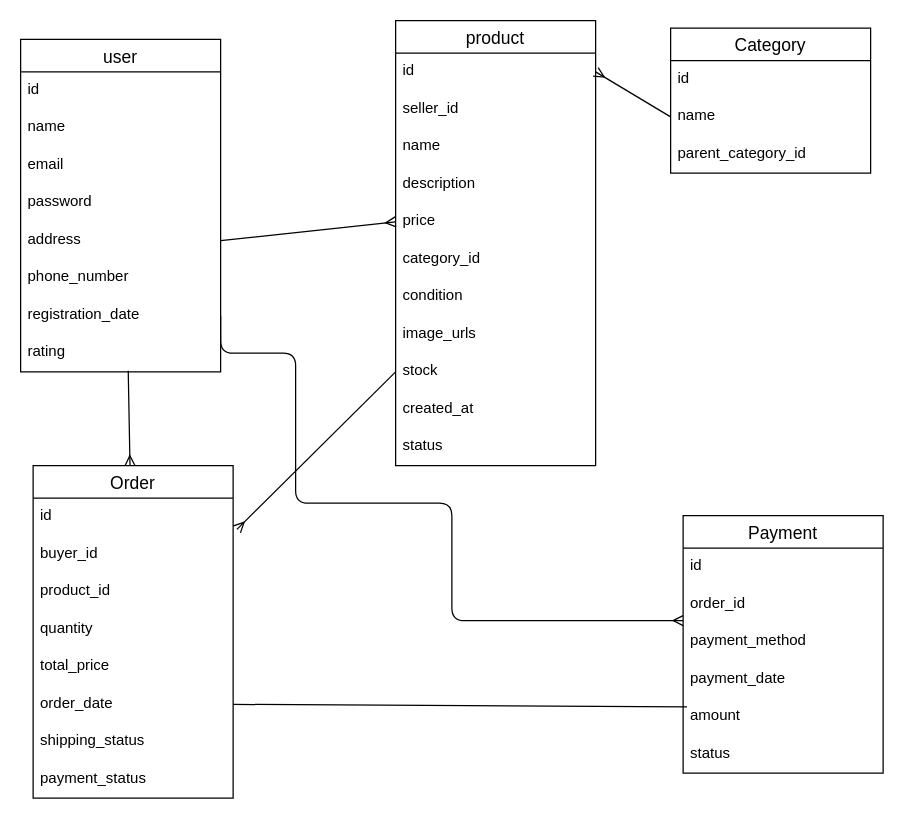
The draw.io diagram test.dio in Renhello112/furima-40536, before the edit. Source tidied: cells renumbered, new cells numbered last; positions are measured from the earlier drawing's top-left corner, leaving out a move shared by most shapes. Both pictures are drawn from the tidied source at 125%, with x=0, y=0 at pixel (20, 20).
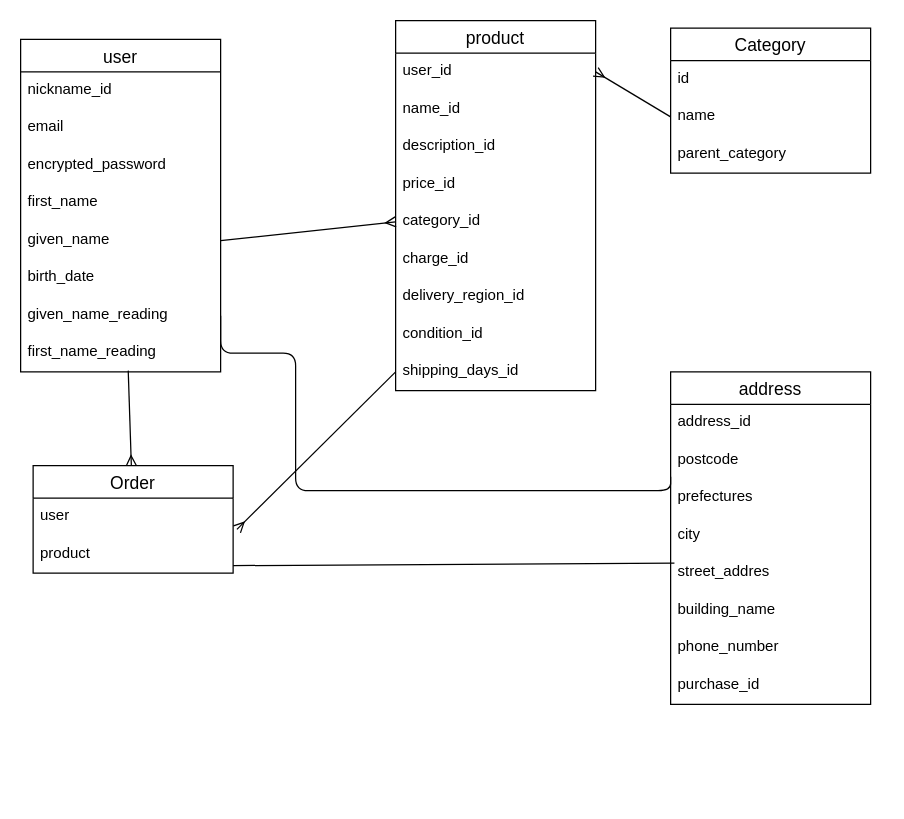
The same diagram, later.

The change refers to these unchanged cells:
```xml
<mxCell id="2" value="user" style="swimlane;fontStyle=0;horizontal=1;startSize=26;align=center;fontSize=14;" parent="1" vertex="1">
  <mxGeometry y="15" width="160" height="266" as="geometry" />
</mxCell>
<mxCell id="23" value="Category" style="swimlane;fontStyle=0;horizontal=1;startSize=26;align=center;fontSize=14;" parent="1" vertex="1">
  <mxGeometry x="520" y="6" width="160" height="116" as="geometry" />
</mxCell>
```

Diff of the diagram source:
```diff
@@
-    <mxCell id="3" value="id" style="text;strokeColor=none;fillColor=none;spacingLeft=4;spacingRight=4;overflow=hidden;fontSize=12;" parent="2" vertex="1">
+    <mxCell id="3" value="nickname_id" style="text;strokeColor=none;fillColor=none;spacingLeft=4;spacingRight=4;overflow=hidden;fontSize=12;" parent="2" vertex="1">
       <mxGeometry y="26" width="160" height="30" as="geometry" />
     </mxCell>
-    <mxCell id="4" value="name" style="text;strokeColor=none;fillColor=none;spacingLeft=4;spacingRight=4;overflow=hidden;fontSize=12;" parent="2" vertex="1">
+    <mxCell id="4" value="email" style="text;strokeColor=none;fillColor=none;spacingLeft=4;spacingRight=4;overflow=hidden;fontSize=12;" parent="2" vertex="1">
       <mxGeometry y="56" width="160" height="30" as="geometry" />
     </mxCell>
-    <mxCell id="5" value="email" style="text;strokeColor=none;fillColor=none;spacingLeft=4;spacingRight=4;overflow=hidden;fontSize=12;" parent="2" vertex="1">
+    <mxCell id="5" value="encrypted_password" style="text;strokeColor=none;fillColor=none;spacingLeft=4;spacingRight=4;overflow=hidden;fontSize=12;" parent="2" vertex="1">
       <mxGeometry y="86" width="160" height="30" as="geometry" />
     </mxCell>
-    <mxCell id="6" value="password&#10;" style="text;strokeColor=none;fillColor=none;spacingLeft=4;spacingRight=4;overflow=hidden;fontSize=12;" parent="2" vertex="1">
+    <mxCell id="6" value="first_name" style="text;strokeColor=none;fillColor=none;spacingLeft=4;spacingRight=4;overflow=hidden;fontSize=12;" parent="2" vertex="1">
       <mxGeometry y="116" width="160" height="30" as="geometry" />
     </mxCell>
-    <mxCell id="7" value="address&#10;" style="text;strokeColor=none;fillColor=none;spacingLeft=4;spacingRight=4;overflow=hidden;fontSize=12;" parent="2" vertex="1">
+    <mxCell id="7" value="given_name" style="text;strokeColor=none;fillColor=none;spacingLeft=4;spacingRight=4;overflow=hidden;fontSize=12;" parent="2" vertex="1">
       <mxGeometry y="146" width="160" height="30" as="geometry" />
     </mxCell>
-    <mxCell id="8" value="phone_number" style="text;strokeColor=none;fillColor=none;spacingLeft=4;spacingRight=4;overflow=hidden;fontSize=12;" parent="2" vertex="1">
+    <mxCell id="8" value="birth_date" style="text;strokeColor=none;fillColor=none;spacingLeft=4;spacingRight=4;overflow=hidden;fontSize=12;" parent="2" vertex="1">
       <mxGeometry y="176" width="160" height="30" as="geometry" />
     </mxCell>
-    <mxCell id="9" value="registration_date" style="text;strokeColor=none;fillColor=none;spacingLeft=4;spacingRight=4;overflow=hidden;points=[[0,0.5],[1,0.5]];portConstraint=eastwest;fontSize=12;" parent="2" vertex="1">
+    <mxCell id="9" value="given_name_reading" style="text;strokeColor=none;fillColor=none;spacingLeft=4;spacingRight=4;overflow=hidden;points=[[0,0.5],[1,0.5]];portConstraint=eastwest;fontSize=12;" parent="2" vertex="1">
       <mxGeometry y="206" width="160" height="30" as="geometry" />
     </mxCell>
-    <mxCell id="10" value="rating" style="text;strokeColor=none;fillColor=none;spacingLeft=4;spacingRight=4;overflow=hidden;points=[[0,0.5],[1,0.5]];portConstraint=eastwest;fontSize=12;" parent="2" vertex="1">
+    <mxCell id="10" value="first_name_reading" style="text;strokeColor=none;fillColor=none;spacingLeft=4;spacingRight=4;overflow=hidden;points=[[0,0.5],[1,0.5]];portConstraint=eastwest;fontSize=12;" parent="2" vertex="1">
       <mxGeometry y="236" width="160" height="30" as="geometry" />
     </mxCell>
     <mxCell id="11" value="product" style="swimlane;fontStyle=0;horizontal=1;startSize=26;align=center;fontSize=14;" parent="1" vertex="1">
-      <mxGeometry x="300" width="160" height="356" as="geometry" />
+      <mxGeometry x="300" width="160" height="296" as="geometry" />
     </mxCell>
-    <mxCell id="12" value="id" style="text;strokeColor=none;fillColor=none;spacingLeft=4;spacingRight=4;overflow=hidden;points=[[0,0.5],[1,0.5]];portConstraint=eastwest;fontSize=12;" parent="11" vertex="1">
+    <mxCell id="12" value="user_id" style="text;strokeColor=none;fillColor=none;spacingLeft=4;spacingRight=4;overflow=hidden;points=[[0,0.5],[1,0.5]];portConstraint=eastwest;fontSize=12;" parent="11" vertex="1">
       <mxGeometry y="26" width="160" height="30" as="geometry" />
     </mxCell>
-    <mxCell id="13" value="seller_id" style="text;strokeColor=none;fillColor=none;spacingLeft=4;spacingRight=4;overflow=hidden;fontSize=12;" parent="11" vertex="1">
+    <mxCell id="13" value="name_id" style="text;strokeColor=none;fillColor=none;spacingLeft=4;spacingRight=4;overflow=hidden;fontSize=12;" parent="11" vertex="1">
       <mxGeometry y="56" width="160" height="30" as="geometry" />
     </mxCell>
-    <mxCell id="14" value="name" style="text;strokeColor=none;fillColor=none;spacingLeft=4;spacingRight=4;overflow=hidden;fontSize=12;" parent="11" vertex="1">
+    <mxCell id="14" value="description_id" style="text;strokeColor=none;fillColor=none;spacingLeft=4;spacingRight=4;overflow=hidden;fontSize=12;" parent="11" vertex="1">
       <mxGeometry y="86" width="160" height="30" as="geometry" />
     </mxCell>
-    <mxCell id="15" value="description" style="text;strokeColor=none;fillColor=none;spacingLeft=4;spacingRight=4;overflow=hidden;fontSize=12;" parent="11" vertex="1">
+    <mxCell id="15" value="price_id" style="text;strokeColor=none;fillColor=none;spacingLeft=4;spacingRight=4;overflow=hidden;fontSize=12;" parent="11" vertex="1">
       <mxGeometry y="116" width="160" height="30" as="geometry" />
     </mxCell>
-    <mxCell id="16" value="price" style="text;strokeColor=none;fillColor=none;spacingLeft=4;spacingRight=4;overflow=hidden;points=[[0,0.5],[1,0.5]];portConstraint=eastwest;fontSize=12;" parent="11" vertex="1">
+    <mxCell id="16" value="category_id" style="text;strokeColor=none;fillColor=none;spacingLeft=4;spacingRight=4;overflow=hidden;points=[[0,0.5],[1,0.5]];portConstraint=eastwest;fontSize=12;" parent="11" vertex="1">
       <mxGeometry y="146" width="160" height="30" as="geometry" />
     </mxCell>
-    <mxCell id="17" value="category_id" style="text;strokeColor=none;fillColor=none;spacingLeft=4;spacingRight=4;overflow=hidden;fontSize=12;" parent="11" vertex="1">
+    <mxCell id="17" value="charge_id" style="text;strokeColor=none;fillColor=none;spacingLeft=4;spacingRight=4;overflow=hidden;fontSize=12;" parent="11" vertex="1">
       <mxGeometry y="176" width="160" height="30" as="geometry" />
     </mxCell>
-    <mxCell id="18" value="condition" style="text;strokeColor=none;fillColor=none;spacingLeft=4;spacingRight=4;overflow=hidden;fontSize=12;" parent="11" vertex="1">
+    <mxCell id="18" value="delivery_region_id" style="text;strokeColor=none;fillColor=none;spacingLeft=4;spacingRight=4;overflow=hidden;fontSize=12;" parent="11" vertex="1">
       <mxGeometry y="206" width="160" height="30" as="geometry" />
     </mxCell>
-    <mxCell id="19" value="image_urls" style="text;strokeColor=none;fillColor=none;spacingLeft=4;spacingRight=4;overflow=hidden;fontSize=12;" parent="11" vertex="1">
+    <mxCell id="19" value="condition_id" style="text;strokeColor=none;fillColor=none;spacingLeft=4;spacingRight=4;overflow=hidden;fontSize=12;" parent="11" vertex="1">
       <mxGeometry y="236" width="160" height="30" as="geometry" />
     </mxCell>
-    <mxCell id="20" value="stock" style="text;strokeColor=none;fillColor=none;spacingLeft=4;spacingRight=4;overflow=hidden;points=[[0,0.5],[1,0.5]];portConstraint=eastwest;fontSize=12;" parent="11" vertex="1">
+    <mxCell id="20" value="shipping_days_id" style="text;strokeColor=none;fillColor=none;spacingLeft=4;spacingRight=4;overflow=hidden;points=[[0,0.5],[1,0.5]];portConstraint=eastwest;fontSize=12;" parent="11" vertex="1">
       <mxGeometry y="266" width="160" height="30" as="geometry" />
     </mxCell>
-    <mxCell id="21" value="created_at" style="text;strokeColor=none;fillColor=none;spacingLeft=4;spacingRight=4;overflow=hidden;fontSize=12;" parent="11" vertex="1">
-      <mxGeometry y="296" width="160" height="30" as="geometry" />
-    </mxCell>
-    <mxCell id="22" value="status" style="text;strokeColor=none;fillColor=none;spacingLeft=4;spacingRight=4;overflow=hidden;fontSize=12;" parent="11" vertex="1">
-      <mxGeometry y="326" width="160" height="30" as="geometry" />
-    </mxCell>
@@
-    <mxCell id="26" value="parent_category_id" style="text;strokeColor=none;fillColor=none;spacingLeft=4;spacingRight=4;overflow=hidden;fontSize=12;" parent="23" vertex="1">
+    <mxCell id="26" value="parent_category" style="text;strokeColor=none;fillColor=none;spacingLeft=4;spacingRight=4;overflow=hidden;fontSize=12;" parent="23" vertex="1">
       <mxGeometry y="86" width="160" height="30" as="geometry" />
     </mxCell>
     <mxCell id="27" value="Order" style="swimlane;fontStyle=0;horizontal=1;startSize=26;align=center;fontSize=14;" parent="1" vertex="1">
-      <mxGeometry x="10" y="356" width="160" height="266" as="geometry" />
+      <mxGeometry x="10" y="356" width="160" height="86" as="geometry" />
     </mxCell>
-    <mxCell id="28" value="id" style="text;strokeColor=none;fillColor=none;spacingLeft=4;spacingRight=4;overflow=hidden;fontSize=12;" parent="27" vertex="1">
+    <mxCell id="28" value="user" style="text;strokeColor=none;fillColor=none;spacingLeft=4;spacingRight=4;overflow=hidden;fontSize=12;" parent="27" vertex="1">
       <mxGeometry y="26" width="160" height="30" as="geometry" />
     </mxCell>
-    <mxCell id="29" value="buyer_id" style="text;strokeColor=none;fillColor=none;spacingLeft=4;spacingRight=4;overflow=hidden;points=[[0,0.5],[1,0.5]];portConstraint=eastwest;fontSize=12;" parent="27" vertex="1">
+    <mxCell id="29" value="product" style="text;strokeColor=none;fillColor=none;spacingLeft=4;spacingRight=4;overflow=hidden;points=[[0,0.5],[1,0.5]];portConstraint=eastwest;fontSize=12;" parent="27" vertex="1">
       <mxGeometry y="56" width="160" height="30" as="geometry" />
     </mxCell>
-    <mxCell id="30" value="product_id" style="text;strokeColor=none;fillColor=none;spacingLeft=4;spacingRight=4;overflow=hidden;fontSize=12;" parent="27" vertex="1">
-      <mxGeometry y="86" width="160" height="30" as="geometry" />
-    </mxCell>
-    <mxCell id="31" value="quantity" style="text;strokeColor=none;fillColor=none;spacingLeft=4;spacingRight=4;overflow=hidden;fontSize=12;" parent="27" vertex="1">
-      <mxGeometry y="116" width="160" height="30" as="geometry" />
-    </mxCell>
-    <mxCell id="32" value="total_price" style="text;strokeColor=none;fillColor=none;spacingLeft=4;spacingRight=4;overflow=hidden;fontSize=12;" parent="27" vertex="1">
-      <mxGeometry y="146" width="160" height="30" as="geometry" />
-    </mxCell>
-    <mxCell id="33" value="order_date" style="text;strokeColor=none;fillColor=none;spacingLeft=4;spacingRight=4;overflow=hidden;points=[[0,0.5],[1,0.5]];portConstraint=eastwest;fontSize=12;" parent="27" vertex="1">
-      <mxGeometry y="176" width="160" height="30" as="geometry" />
-    </mxCell>
-    <mxCell id="34" value="shipping_status" style="text;strokeColor=none;fillColor=none;spacingLeft=4;spacingRight=4;overflow=hidden;fontSize=12;" parent="27" vertex="1">
-      <mxGeometry y="206" width="160" height="30" as="geometry" />
-    </mxCell>
-    <mxCell id="35" value="payment_status" style="text;strokeColor=none;fillColor=none;spacingLeft=4;spacingRight=4;overflow=hidden;fontSize=12;" parent="27" vertex="1">
-      <mxGeometry y="236" width="160" height="30" as="geometry" />
-    </mxCell>
-    <mxCell id="36" value="Payment" style="swimlane;fontStyle=0;horizontal=1;startSize=26;align=center;fontSize=14;" parent="1" vertex="1">
-      <mxGeometry x="530" y="396" width="160" height="206" as="geometry" />
+    <mxCell id="36" value="address" style="swimlane;fontStyle=0;horizontal=1;startSize=26;align=center;fontSize=14;" parent="1" vertex="1">
+      <mxGeometry x="520" y="281" width="160" height="266" as="geometry" />
     </mxCell>
-    <mxCell id="37" value="id" style="text;strokeColor=none;fillColor=none;spacingLeft=4;spacingRight=4;overflow=hidden;fontSize=12;" parent="36" vertex="1">
+    <mxCell id="37" value="address_id" style="text;strokeColor=none;fillColor=none;spacingLeft=4;spacingRight=4;overflow=hidden;fontSize=12;" parent="36" vertex="1">
       <mxGeometry y="26" width="160" height="30" as="geometry" />
     </mxCell>
-    <mxCell id="38" value="order_id" style="text;strokeColor=none;fillColor=none;spacingLeft=4;spacingRight=4;overflow=hidden;points=[[0,0.5],[1,0.5]];portConstraint=eastwest;fontSize=12;" parent="36" vertex="1">
+    <mxCell id="38" value="postcode" style="text;strokeColor=none;fillColor=none;spacingLeft=4;spacingRight=4;overflow=hidden;points=[[0,0.5],[1,0.5]];portConstraint=eastwest;fontSize=12;" parent="36" vertex="1">
       <mxGeometry y="56" width="160" height="30" as="geometry" />
     </mxCell>
-    <mxCell id="39" value="payment_method" style="text;strokeColor=none;fillColor=none;spacingLeft=4;spacingRight=4;overflow=hidden;fontSize=12;" parent="36" vertex="1">
+    <mxCell id="39" value="prefectures" style="text;strokeColor=none;fillColor=none;spacingLeft=4;spacingRight=4;overflow=hidden;fontSize=12;" parent="36" vertex="1">
       <mxGeometry y="86" width="160" height="30" as="geometry" />
     </mxCell>
-    <mxCell id="40" value="payment_date" style="text;strokeColor=none;fillColor=none;spacingLeft=4;spacingRight=4;overflow=hidden;fontSize=12;" parent="36" vertex="1">
+    <mxCell id="40" value="city" style="text;strokeColor=none;fillColor=none;spacingLeft=4;spacingRight=4;overflow=hidden;fontSize=12;" parent="36" vertex="1">
       <mxGeometry y="116" width="160" height="30" as="geometry" />
     </mxCell>
-    <mxCell id="41" value="amount" style="text;strokeColor=none;fillColor=none;spacingLeft=4;spacingRight=4;overflow=hidden;points=[[0,0.5],[1,0.5]];portConstraint=eastwest;fontSize=12;" parent="36" vertex="1">
+    <mxCell id="41" value="street_addres" style="text;strokeColor=none;fillColor=none;spacingLeft=4;spacingRight=4;overflow=hidden;points=[[0,0.5],[1,0.5]];portConstraint=eastwest;fontSize=12;" parent="36" vertex="1">
       <mxGeometry y="146" width="160" height="30" as="geometry" />
     </mxCell>
+    <mxCell id="49" value="building_name" style="text;strokeColor=none;fillColor=none;spacingLeft=4;spacingRight=4;overflow=hidden;fontSize=12;" parent="36" vertex="1">
+      <mxGeometry y="176" width="160" height="30" as="geometry" />
+    </mxCell>
+    <mxCell id="50" value="phone_number" style="text;strokeColor=none;fillColor=none;spacingLeft=4;spacingRight=4;overflow=hidden;fontSize=12;" parent="36" vertex="1">
+      <mxGeometry y="206" width="160" height="30" as="geometry" />
+    </mxCell>
-    <mxCell id="42" value="status" style="text;strokeColor=none;fillColor=none;spacingLeft=4;spacingRight=4;overflow=hidden;fontSize=12;" parent="36" vertex="1">
-      <mxGeometry y="176" width="160" height="30" as="geometry" />
+    <mxCell id="42" value="purchase_id" style="text;strokeColor=none;fillColor=none;spacingLeft=4;spacingRight=4;overflow=hidden;fontSize=12;" parent="36" vertex="1">
+      <mxGeometry y="236" width="160" height="30" as="geometry" />
     </mxCell>
@@
-    <mxCell id="45" style="edgeStyle=orthogonalEdgeStyle;rounded=1;html=1;exitX=1;exitY=0.5;exitDx=0;exitDy=0;entryX=0;entryY=0.933;entryDx=0;entryDy=0;entryPerimeter=0;endArrow=ERmany;endFill=0;" parent="1" edge="1" source="9" target="38">
+    <mxCell id="45" style="edgeStyle=orthogonalEdgeStyle;rounded=1;html=1;exitX=1;exitY=0.5;exitDx=0;exitDy=0;entryX=0;entryY=0.933;entryDx=0;entryDy=0;entryPerimeter=0;endArrow=none;endFill=0;" parent="1" edge="1" source="9" target="38">
       <mxGeometry relative="1" as="geometry">
         <Array as="points">
+          <mxPoint x="160" y="266" />
           <mxPoint x="220" y="266" />
-          <mxPoint x="220" y="386" />
-          <mxPoint x="345" y="386" />
-          <mxPoint x="345" y="480" />
+          <mxPoint x="220" y="376" />
+          <mxPoint x="520" y="376" />
         </Array>
       </mxGeometry>
     </mxCell>
@@
-    <mxCell id="48" style="edgeStyle=none;rounded=1;html=1;exitX=1;exitY=0.5;exitDx=0;exitDy=0;entryX=0.019;entryY=0.233;entryDx=0;entryDy=0;entryPerimeter=0;endArrow=none;endFill=0;" parent="1" edge="1" source="33" target="41">
+    <mxCell id="48" style="edgeStyle=none;rounded=1;html=1;exitX=1;exitY=0.8;exitDx=0;exitDy=0;entryX=0.019;entryY=0.233;entryDx=0;entryDy=0;entryPerimeter=0;endArrow=none;endFill=0;exitPerimeter=0;" parent="1" edge="1" source="29" target="41">
       <mxGeometry relative="1" as="geometry" />
     </mxCell>
```
